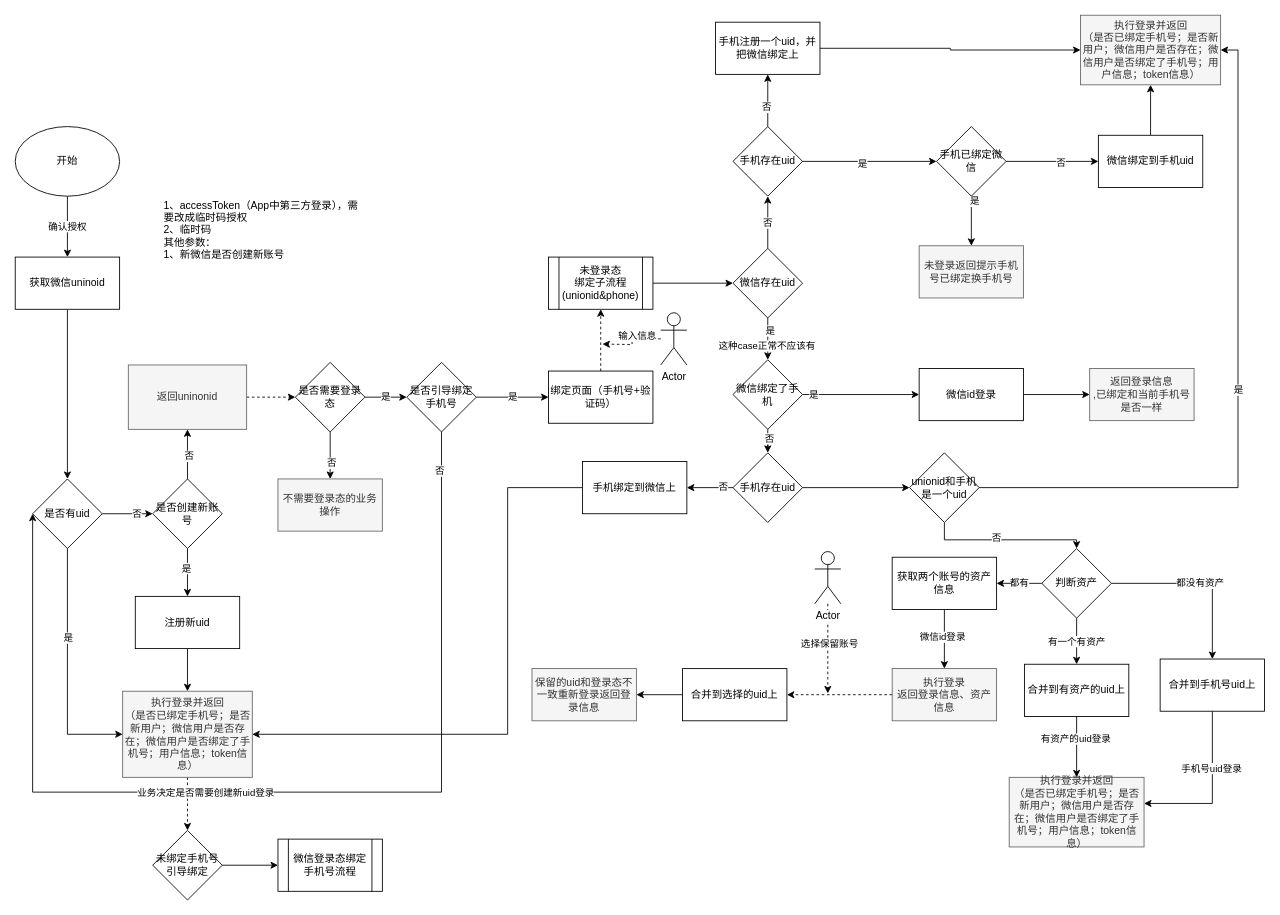
joeytang/imgs keeps this draw.io diagram as page "账号合并-app&第三方登录" (6 of 9) of test.drawio. Above is the earlier version. Source tidied: cells renumbered, new cells numbered last; positions are measured from the earlier drawing's top-left corner, leaving out a move shared by most shapes. Both pictures are drawn from the tidied source at 87%, with x=0, y=0 at pixel (15, 15).
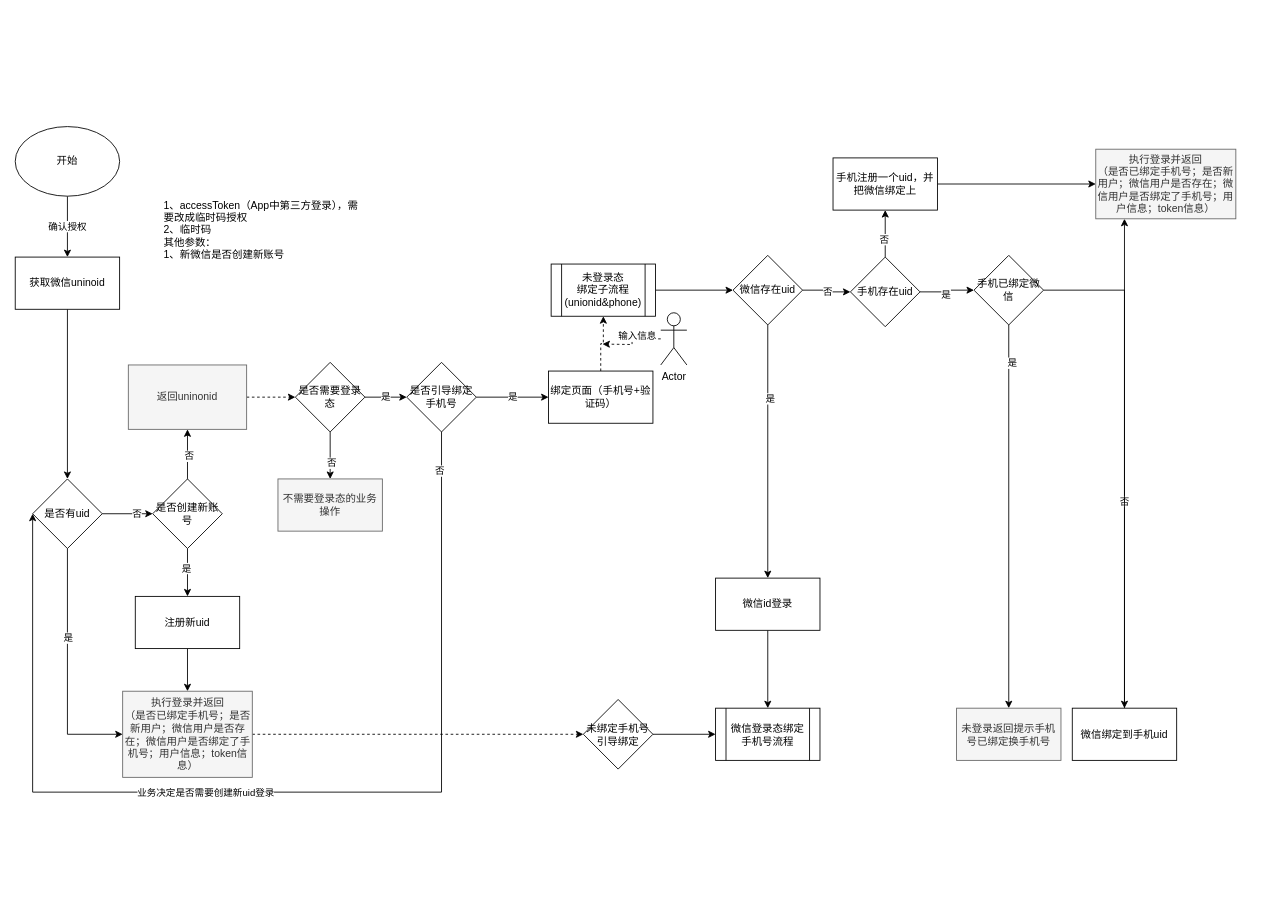
The same page after the edit.

The change refers to these unchanged cells:
```xml
<mxCell id="18" value="执行登录并返回&lt;br&gt;（是否已绑定手机号；是否新用户；微信用户是否存在；微信用户是否绑定了手机号；用户信息；token信息）" style="rounded=0;whiteSpace=wrap;html=1;align=center;fillColor=#f5f5f5;strokeColor=#666666;fontColor=#333333;" parent="1" vertex="1">
  <mxGeometry x="123.5" y="777" width="149" height="99" as="geometry" />
</mxCell>
```

Change to the diagram source:
```diff
@@
-    <mxCell id="17" style="edgeStyle=orthogonalEdgeStyle;rounded=0;jettySize=auto;html=1;dashed=1;entryX=0.5;entryY=0;entryDx=0;entryDy=0;" parent="1" edge="1" source="18" target="103">
+    <mxCell id="17" style="edgeStyle=orthogonalEdgeStyle;rounded=0;jettySize=auto;html=1;dashed=1;" parent="1" edge="1" source="18" target="103">
       <mxGeometry relative="1" as="geometry" />
     </mxCell>
@@
-    <mxCell id="30" style="edgeStyle=orthogonalEdgeStyle;rounded=0;jettySize=auto;html=1;" parent="1" edge="1" source="33" target="90">
-      <mxGeometry relative="1" as="geometry" />
-    </mxCell>
-    <mxCell id="31" value="是" style="edgeLabel;html=1;align=center;verticalAlign=middle;" parent="30" vertex="1">
-      <mxGeometry x="-0.44" y="2" relative="1" as="geometry">
-        <mxPoint y="1" as="offset" />
-      </mxGeometry>
-    </mxCell>
-    <mxCell id="32" value="这种case正常不应该有" style="edgeLabel;html=1;align=center;verticalAlign=middle;" parent="30" vertex="1">
-      <mxGeometry x="0.29" y="-2" relative="1" as="geometry" />
-    </mxCell>
+    <mxCell id="105" style="edgeStyle=orthogonalEdgeStyle;rounded=0;jettySize=auto;html=1;" parent="1" edge="1" source="33" target="92">
+      <mxGeometry relative="1" as="geometry" />
+    </mxCell>
+    <mxCell id="106" value="是" style="edgeLabel;html=1;align=center;verticalAlign=middle;" parent="105" vertex="1">
+      <mxGeometry x="-0.42" y="2" relative="1" as="geometry" />
+    </mxCell>
     <mxCell id="33" value="微信存在uid" style="rhombus;whiteSpace=wrap;html=1;align=center;" parent="1" vertex="1">
-      <mxGeometry x="825" y="268" width="80" height="80" as="geometry" />
+      <mxGeometry x="825" y="276" width="80" height="80" as="geometry" />
     </mxCell>
-    <mxCell id="34" value="是" style="edgeStyle=orthogonalEdgeStyle;rounded=0;jettySize=auto;html=1;entryX=1;entryY=0.5;entryDx=0;entryDy=0;" parent="1" edge="1" source="37" target="101">
-      <mxGeometry relative="1" as="geometry" />
-    </mxCell>
-    <mxCell id="35" style="edgeStyle=orthogonalEdgeStyle;rounded=0;jettySize=auto;html=1;exitX=0.5;exitY=1;exitDx=0;exitDy=0;" parent="1" edge="1" source="37" target="46">
-      <mxGeometry relative="1" as="geometry">
-        <Array as="points">
-          <mxPoint x="1068" y="603" />
-          <mxPoint x="1220" y="603" />
-        </Array>
-      </mxGeometry>
-    </mxCell>
-    <mxCell id="36" value="否" style="edgeLabel;html=1;align=center;verticalAlign=middle;" parent="35" vertex="1">
-      <mxGeometry x="-0.13" y="3" relative="1" as="geometry" />
-    </mxCell>
-    <mxCell id="37" value="unionid和手机是一个uid" style="rhombus;whiteSpace=wrap;html=1;align=center;" parent="1" vertex="1">
-      <mxGeometry x="1028" y="503" width="80" height="80" as="geometry" />
-    </mxCell>
-    <mxCell id="38" style="edgeStyle=orthogonalEdgeStyle;rounded=0;jettySize=auto;html=1;entryX=0.5;entryY=1;entryDx=0;entryDy=0;" parent="1" edge="1" source="33" target="77">
+    <mxCell id="38" style="edgeStyle=orthogonalEdgeStyle;rounded=0;jettySize=auto;html=1;" parent="1" edge="1" source="33" target="77">
       <mxGeometry relative="1" as="geometry" />
     </mxCell>
@@
     <mxCell id="41" value="手机注册一个uid，并把微信绑定上" style="rounded=0;whiteSpace=wrap;html=1;align=center;" parent="1" vertex="1">
-      <mxGeometry x="805" y="8" width="120" height="60" as="geometry" />
+      <mxGeometry x="940" y="164" width="120" height="60" as="geometry" />
     </mxCell>
@@
-    <mxCell id="43" value="都没有资产" style="edgeStyle=orthogonalEdgeStyle;rounded=0;jettySize=auto;html=1;" parent="1" edge="1" source="46" target="49">
-      <mxGeometry relative="1" as="geometry" />
-    </mxCell>
-    <mxCell id="44" value="都有" style="edgeStyle=orthogonalEdgeStyle;rounded=0;jettySize=auto;html=1;" parent="1" edge="1" source="46" target="55">
-      <mxGeometry relative="1" as="geometry" />
-    </mxCell>
-    <mxCell id="45" value="有一个有资产" style="edgeStyle=orthogonalEdgeStyle;rounded=0;jettySize=auto;html=1;" parent="1" edge="1" source="46" target="52">
-      <mxGeometry relative="1" as="geometry" />
-    </mxCell>
-    <mxCell id="46" value="判断资产" style="rhombus;whiteSpace=wrap;html=1;align=center;" parent="1" vertex="1">
-      <mxGeometry x="1180" y="613" width="80" height="80" as="geometry" />
-    </mxCell>
-    <mxCell id="47" style="edgeStyle=orthogonalEdgeStyle;rounded=0;jettySize=auto;html=1;" parent="1" edge="1" source="49" target="61">
-      <mxGeometry relative="1" as="geometry">
-        <Array as="points">
-          <mxPoint x="1376" y="906" />
-        </Array>
-      </mxGeometry>
-    </mxCell>
-    <mxCell id="48" value="手机号uid登录" style="edgeLabel;html=1;align=center;verticalAlign=middle;" parent="47" vertex="1">
-      <mxGeometry x="-0.3" y="-2" relative="1" as="geometry" />
-    </mxCell>
-    <mxCell id="49" value="合并到手机号uid上" style="rounded=0;whiteSpace=wrap;html=1;align=center;" parent="1" vertex="1">
-      <mxGeometry x="1316" y="740" width="120" height="60" as="geometry" />
-    </mxCell>
-    <mxCell id="50" style="edgeStyle=orthogonalEdgeStyle;rounded=0;jettySize=auto;html=1;" parent="1" edge="1" source="52" target="61">
-      <mxGeometry relative="1" as="geometry" />
-    </mxCell>
-    <mxCell id="51" value="有资产的uid登录" style="edgeLabel;html=1;align=center;verticalAlign=middle;" parent="50" vertex="1">
-      <mxGeometry x="-0.28" y="-2" relative="1" as="geometry" />
-    </mxCell>
-    <mxCell id="52" value="合并到有资产的uid上" style="rounded=0;whiteSpace=wrap;html=1;align=center;" parent="1" vertex="1">
-      <mxGeometry x="1160" y="746" width="120" height="60" as="geometry" />
-    </mxCell>
-    <mxCell id="53" style="edgeStyle=orthogonalEdgeStyle;rounded=0;jettySize=auto;html=1;" parent="1" edge="1" source="55" target="60">
-      <mxGeometry relative="1" as="geometry" />
-    </mxCell>
-    <mxCell id="54" value="微信id登录" style="edgeLabel;html=1;align=center;verticalAlign=middle;" parent="53" vertex="1">
-      <mxGeometry x="-0.09" y="-3" relative="1" as="geometry" />
-    </mxCell>
-    <mxCell id="55" value="获取两个账号的资产信息" style="rounded=0;whiteSpace=wrap;html=1;align=center;" parent="1" vertex="1">
-      <mxGeometry x="1008" y="623" width="120" height="60" as="geometry" />
-    </mxCell>
@@
-    <mxCell id="59" style="edgeStyle=orthogonalEdgeStyle;rounded=0;jettySize=auto;html=1;dashed=1;" parent="1" edge="1" source="60" target="66">
-      <mxGeometry relative="1" as="geometry" />
-    </mxCell>
-    <mxCell id="60" value="执行登录&lt;br&gt;返回登录信息、资产信息" style="rounded=0;whiteSpace=wrap;html=1;align=center;fillColor=#f5f5f5;strokeColor=#666666;fontColor=#333333;" parent="1" vertex="1">
-      <mxGeometry x="1008" y="751" width="120" height="60" as="geometry" />
-    </mxCell>
-    <mxCell id="61" value="执行登录并返回&lt;br&gt;（是否已绑定手机号；是否新用户；微信用户是否存在；微信用户是否绑定了手机号；用户信息；token信息）" style="rounded=0;whiteSpace=wrap;html=1;align=center;fillColor=#f5f5f5;strokeColor=#666666;fontColor=#333333;" parent="1" vertex="1">
-      <mxGeometry x="1142.5" y="876" width="155" height="80" as="geometry" />
-    </mxCell>
-    <mxCell id="62" style="edgeStyle=orthogonalEdgeStyle;rounded=0;jettySize=auto;html=1;dashed=1;" parent="1" edge="1" source="64">
-      <mxGeometry relative="1" as="geometry">
-        <mxPoint x="934" y="779.5" as="targetPoint" />
-      </mxGeometry>
-    </mxCell>
-    <mxCell id="63" value="选择保留账号" style="edgeLabel;html=1;align=center;verticalAlign=middle;" parent="62" vertex="1">
-      <mxGeometry x="-0.12" y="1" relative="1" as="geometry" />
-    </mxCell>
-    <mxCell id="64" value="Actor" style="shape=umlActor;verticalLabelPosition=bottom;labelBackgroundColor=#ffffff;verticalAlign=top;html=1;outlineConnect=0;align=center;" parent="1" vertex="1">
-      <mxGeometry x="919" y="616.5" width="30" height="60" as="geometry" />
-    </mxCell>
-    <mxCell id="65" style="edgeStyle=orthogonalEdgeStyle;rounded=0;jettySize=auto;html=1;" parent="1" edge="1" source="66" target="67">
-      <mxGeometry relative="1" as="geometry" />
-    </mxCell>
-    <mxCell id="66" value="合并到选择的uid上" style="rounded=0;whiteSpace=wrap;html=1;align=center;" parent="1" vertex="1">
-      <mxGeometry x="767" y="751" width="120" height="60" as="geometry" />
-    </mxCell>
-    <mxCell id="67" value="保留的uid和登录态不一致重新登录返回登录信息" style="rounded=0;whiteSpace=wrap;html=1;align=center;fillColor=#f5f5f5;strokeColor=#666666;fontColor=#333333;" parent="1" vertex="1">
-      <mxGeometry x="594" y="751" width="120" height="60" as="geometry" />
-    </mxCell>
@@
     <mxCell id="77" value="手机存在uid" style="rhombus;whiteSpace=wrap;html=1;align=center;" parent="1" vertex="1">
-      <mxGeometry x="825" y="128" width="80" height="80" as="geometry" />
+      <mxGeometry x="960" y="278" width="80" height="80" as="geometry" />
     </mxCell>
@@
     <mxCell id="82" value="手机已绑定微信" style="rhombus;whiteSpace=wrap;html=1;align=center;" parent="1" vertex="1">
-      <mxGeometry x="1059" y="128" width="80" height="80" as="geometry" />
+      <mxGeometry x="1102" y="276" width="80" height="80" as="geometry" />
     </mxCell>
     <mxCell id="83" style="edgeStyle=orthogonalEdgeStyle;rounded=0;jettySize=auto;html=1;" parent="1" edge="1" source="84" target="101">
-      <mxGeometry relative="1" as="geometry" />
+      <mxGeometry relative="1" as="geometry">
+        <Array as="points">
+          <mxPoint x="1323" y="827" />
+        </Array>
+      </mxGeometry>
     </mxCell>
     <mxCell id="84" value="微信绑定到手机uid" style="rounded=0;whiteSpace=wrap;html=1;align=center;" parent="1" vertex="1">
-      <mxGeometry x="1245" y="138" width="120" height="60" as="geometry" />
+      <mxGeometry x="1215" y="796.5" width="120" height="60" as="geometry" />
     </mxCell>
     <mxCell id="85" value="未登录返回提示手机号已绑定换手机号" style="rounded=0;whiteSpace=wrap;html=1;align=center;fillColor=#f5f5f5;strokeColor=#666666;fontColor=#333333;" parent="1" vertex="1">
-      <mxGeometry x="1039" y="265" width="120" height="60" as="geometry" />
+      <mxGeometry x="1082" y="796.5" width="120" height="60" as="geometry" />
     </mxCell>
-    <mxCell id="86" style="edgeStyle=orthogonalEdgeStyle;rounded=0;jettySize=auto;html=1;" parent="1" edge="1" source="90" target="92">
-      <mxGeometry relative="1" as="geometry" />
-    </mxCell>
-    <mxCell id="87" value="是" style="edgeLabel;html=1;align=center;verticalAlign=middle;" parent="86" vertex="1">
-      <mxGeometry x="-0.82" y="1" relative="1" as="geometry" />
-    </mxCell>
-    <mxCell id="88" style="edgeStyle=orthogonalEdgeStyle;rounded=0;jettySize=auto;html=1;" parent="1" edge="1" source="90" target="98">
-      <mxGeometry relative="1" as="geometry" />
-    </mxCell>
-    <mxCell id="89" value="否" style="edgeLabel;html=1;align=center;verticalAlign=middle;" parent="88" vertex="1">
-      <mxGeometry x="0.36" y="1" relative="1" as="geometry" />
-    </mxCell>
-    <mxCell id="90" value="微信绑定了手机" style="rhombus;whiteSpace=wrap;html=1;align=center;" parent="1" vertex="1">
-      <mxGeometry x="825" y="396" width="80" height="80" as="geometry" />
-    </mxCell>
-    <mxCell id="91" style="edgeStyle=orthogonalEdgeStyle;rounded=0;jettySize=auto;html=1;" parent="1" edge="1" source="92" target="93">
-      <mxGeometry relative="1" as="geometry" />
-    </mxCell>
-    <mxCell id="92" value="微信id登录" style="rounded=0;whiteSpace=wrap;html=1;align=center;" parent="1" vertex="1">
-      <mxGeometry x="1039" y="406" width="120" height="60" as="geometry" />
-    </mxCell>
-    <mxCell id="93" value="返回登录信息&lt;br&gt;,已绑定和当前手机号是否一样" style="rounded=0;whiteSpace=wrap;html=1;align=center;fillColor=#f5f5f5;strokeColor=#666666;fontColor=#333333;" parent="1" vertex="1">
-      <mxGeometry x="1235" y="406" width="120" height="60" as="geometry" />
-    </mxCell>
     <mxCell id="94" value="未登录态&lt;br&gt;绑定子流程&lt;br&gt;(unionid&amp;amp;phone)" style="shape=process;whiteSpace=wrap;html=1;backgroundOutline=1;align=center;" parent="1" vertex="1">
-      <mxGeometry x="613" y="278" width="120" height="60" as="geometry" />
+      <mxGeometry x="616" y="286" width="120" height="60" as="geometry" />
     </mxCell>
-    <mxCell id="95" style="edgeStyle=orthogonalEdgeStyle;rounded=0;jettySize=auto;html=1;" parent="1" edge="1" source="98" target="100">
-      <mxGeometry relative="1" as="geometry" />
-    </mxCell>
-    <mxCell id="96" value="否" style="edgeLabel;html=1;align=center;verticalAlign=middle;" parent="95" vertex="1">
-      <mxGeometry x="-0.55" y="-2" relative="1" as="geometry" />
-    </mxCell>
-    <mxCell id="97" style="edgeStyle=orthogonalEdgeStyle;rounded=0;jettySize=auto;html=1;" parent="1" edge="1" source="98" target="37">
-      <mxGeometry relative="1" as="geometry" />
-    </mxCell>
-    <mxCell id="98" value="手机存在uid" style="rhombus;whiteSpace=wrap;html=1;align=center;" parent="1" vertex="1">
-      <mxGeometry x="825" y="503" width="80" height="80" as="geometry" />
-    </mxCell>
-    <mxCell id="99" style="edgeStyle=orthogonalEdgeStyle;rounded=0;jettySize=auto;html=1;entryX=1;entryY=0.5;entryDx=0;entryDy=0;" parent="1" edge="1" source="100" target="18">
-      <mxGeometry relative="1" as="geometry">
-        <Array as="points">
-          <mxPoint x="566" y="543" />
-          <mxPoint x="566" y="827" />
-        </Array>
-      </mxGeometry>
-    </mxCell>
-    <mxCell id="100" value="手机绑定到微信上" style="rounded=0;whiteSpace=wrap;html=1;align=center;" parent="1" vertex="1">
-      <mxGeometry x="652" y="513" width="120" height="60" as="geometry" />
-    </mxCell>
     <mxCell id="101" value="执行登录并返回&lt;br&gt;（是否已绑定手机号；是否新用户；微信用户是否存在；微信用户是否绑定了手机号；用户信息；token信息）" style="rounded=0;whiteSpace=wrap;html=1;align=center;fillColor=#f5f5f5;strokeColor=#666666;fontColor=#333333;" parent="1" vertex="1">
-      <mxGeometry x="1224.5" width="161" height="80" as="geometry" />
+      <mxGeometry x="1242" y="154" width="161" height="80" as="geometry" />
     </mxCell>
@@
     <mxCell id="103" value="未绑定手机号引导绑定" style="rhombus;whiteSpace=wrap;html=1;align=center;" parent="1" vertex="1">
-      <mxGeometry x="158" y="937" width="80" height="80" as="geometry" />
+      <mxGeometry x="653" y="786.5" width="80" height="80" as="geometry" />
     </mxCell>
     <mxCell id="104" value="微信登录态绑定手机号流程" style="shape=process;whiteSpace=wrap;html=1;backgroundOutline=1;align=center;" parent="1" vertex="1">
-      <mxGeometry x="302" y="947" width="120" height="60" as="geometry" />
+      <mxGeometry x="805" y="796.5" width="120" height="60" as="geometry" />
     </mxCell>
+    <mxCell id="107" style="edgeStyle=orthogonalEdgeStyle;rounded=0;jettySize=auto;html=1;" parent="1" edge="1" source="92" target="104">
+      <mxGeometry relative="1" as="geometry" />
+    </mxCell>
+    <mxCell id="92" value="微信id登录" style="rounded=0;whiteSpace=wrap;html=1;align=center;" parent="1" vertex="1">
+      <mxGeometry x="805" y="647" width="120" height="60" as="geometry" />
+    </mxCell>
```
